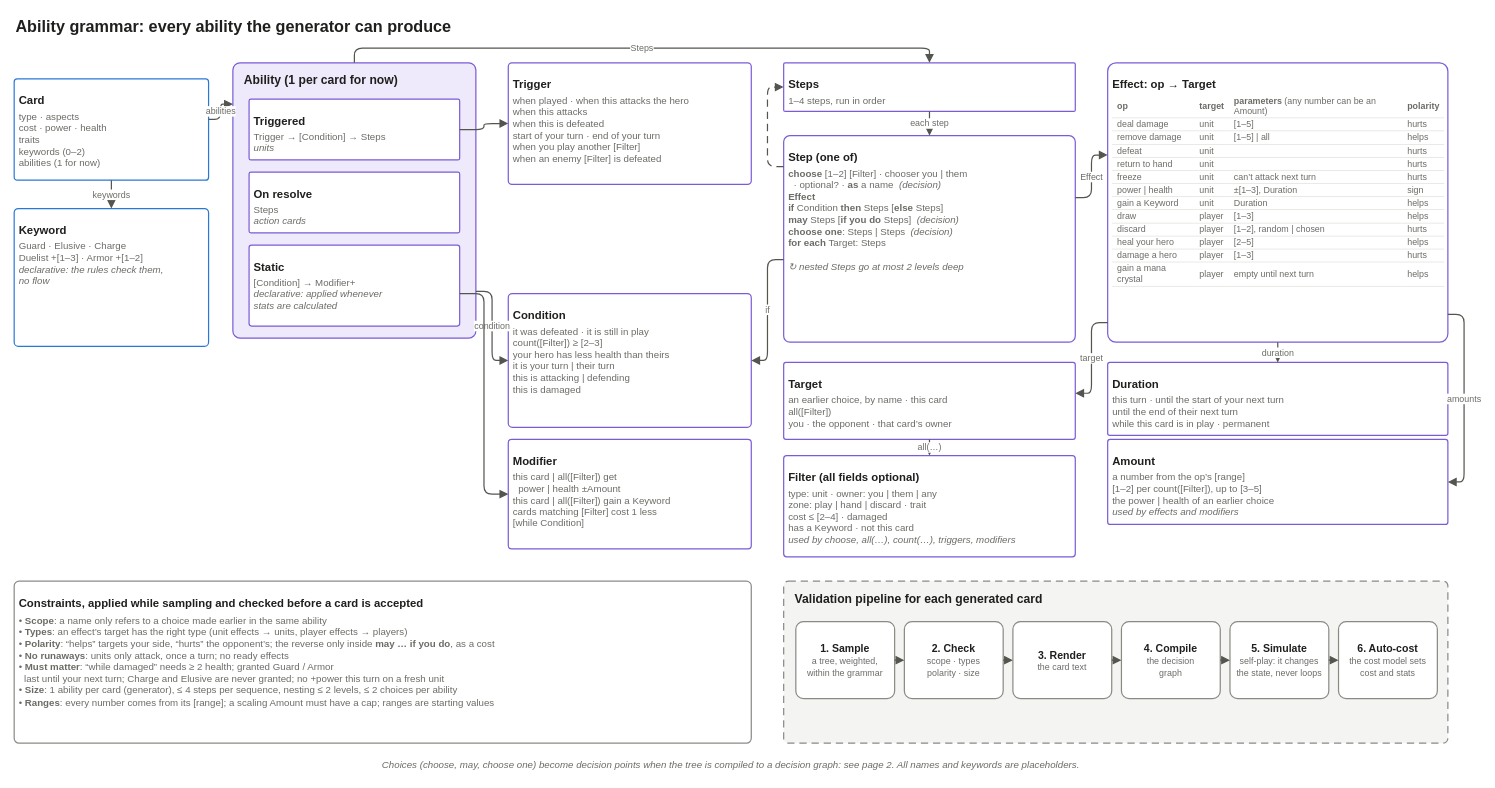
The draw.io diagram page "ability_grammar" (3 of 3) of docs/architecture.drawio in mattdown/TCG-Project, before the edit. Source tidied: cells renumbered, new cells numbered last; positions are measured from the earlier drawing's top-left corner, leaving out a move shared by most shapes. Both pictures are drawn from the tidied source at 81%, with x=0, y=0 at pixel (14, 14).
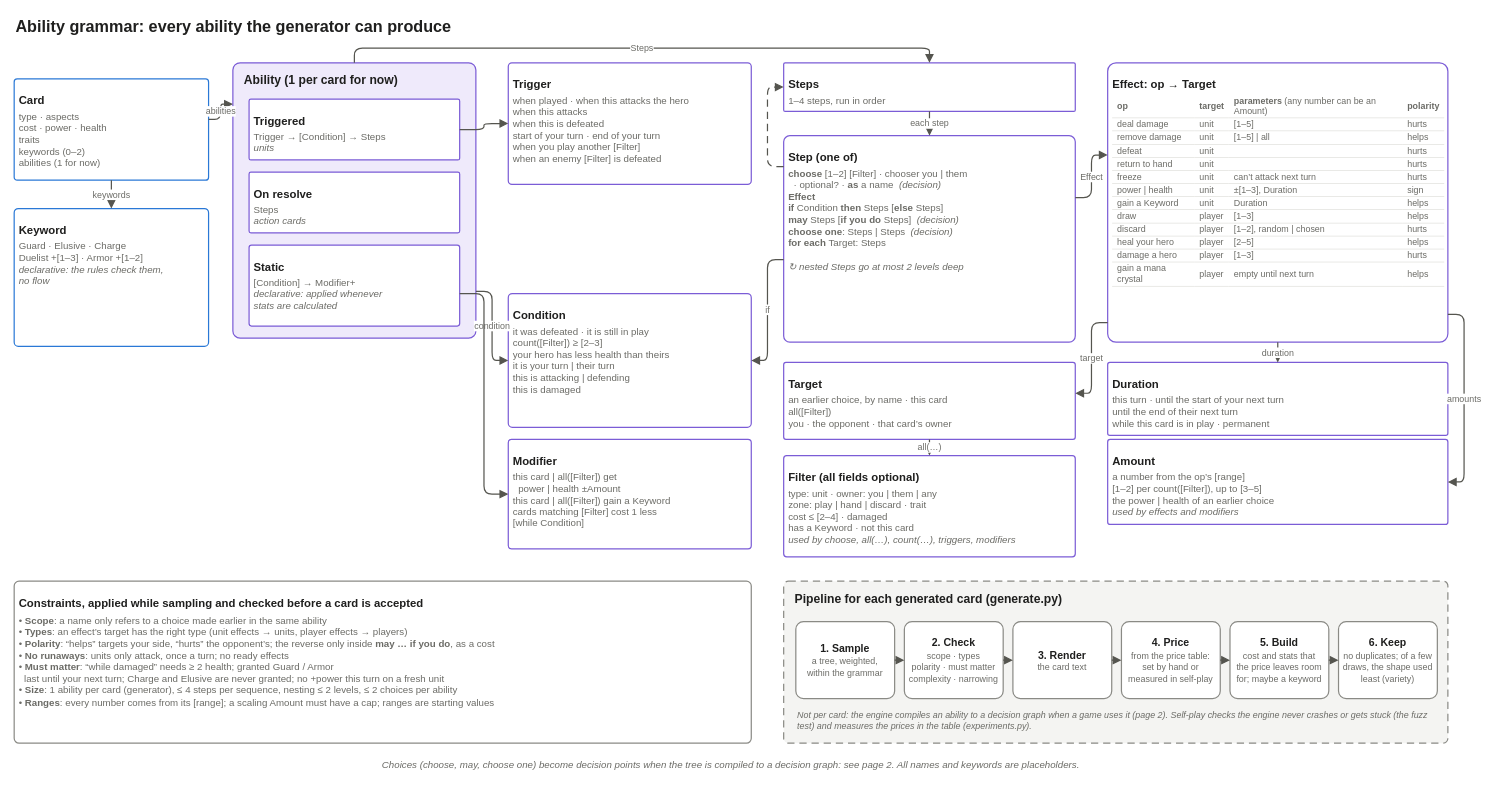
The same diagram, later.

Commit message (it also covers changes not shown here):
Match the grammar diagram's card pipeline to the code

Compile and simulate aren't per-card stages, and costs come from the
price table: the stages are now sample, check, render, price, build and
keep, with a note on compiling and self-play.

The edit, as a diff of the source:
```diff
@@
-    <mxCell id="34" value="Validation pipeline for each generated card" style="rounded=1;arcSize=3;whiteSpace=wrap;html=1;fillColor=#f4f4f2;strokeColor=#8a8a85;strokeWidth=1.5;verticalAlign=top;align=left;spacingLeft=12;spacingTop=6;fontFamily=Helvetica;fontSize=15;fontStyle=1;fontColor=#1f1f1e;dashed=1;dashPattern=6 4;" parent="1" vertex="1">
+    <mxCell id="34" value="Pipeline for each generated card (generate.py)" style="rounded=1;arcSize=3;whiteSpace=wrap;html=1;fillColor=#f4f4f2;strokeColor=#8a8a85;strokeWidth=1.5;verticalAlign=top;align=left;spacingLeft=12;spacingTop=6;fontFamily=Helvetica;fontSize=15;fontStyle=1;fontColor=#1f1f1e;dashed=1;dashPattern=6 4;" parent="1" vertex="1">
       <mxGeometry x="950" y="700" width="820" height="200" as="geometry" />
     </mxCell>
@@
-    <mxCell id="36" value="&lt;b style=&quot;font-size:13px&quot;&gt;2. Check&lt;/b&gt;&lt;br&gt;&lt;span style=&quot;font-size:11px;color:#6b6b66&quot;&gt;scope · types&lt;br&gt;polarity · size&lt;/span&gt;" style="rounded=1;arcSize=10;whiteSpace=wrap;html=1;fillColor=#ffffff;strokeColor=#8a8a85;strokeWidth=1.5;fontFamily=Helvetica;fontSize=12;fontColor=#1f1f1e;spacing=6;align=center;" parent="1" vertex="1">
+    <mxCell id="36" value="&lt;b style=&quot;font-size:13px&quot;&gt;2. Check&lt;/b&gt;&lt;br&gt;&lt;span style=&quot;font-size:11px;color:#6b6b66&quot;&gt;scope · types&lt;br&gt;polarity · must matter&lt;br&gt;complexity · narrowing&lt;/span&gt;" style="rounded=1;arcSize=10;whiteSpace=wrap;html=1;fillColor=#ffffff;strokeColor=#8a8a85;strokeWidth=1.5;fontFamily=Helvetica;fontSize=12;fontColor=#1f1f1e;spacing=6;align=center;" parent="1" vertex="1">
       <mxGeometry x="1099" y="750" width="122" height="95" as="geometry" />
     </mxCell>
@@
-    <mxCell id="40" value="&lt;b style=&quot;font-size:13px&quot;&gt;4. Compile&lt;/b&gt;&lt;br&gt;&lt;span style=&quot;font-size:11px;color:#6b6b66&quot;&gt;the decision&lt;br&gt;graph&lt;/span&gt;" style="rounded=1;arcSize=10;whiteSpace=wrap;html=1;fillColor=#ffffff;strokeColor=#8a8a85;strokeWidth=1.5;fontFamily=Helvetica;fontSize=12;fontColor=#1f1f1e;spacing=6;align=center;" parent="1" vertex="1">
+    <mxCell id="40" value="&lt;b style=&quot;font-size:13px&quot;&gt;4. Price&lt;/b&gt;&lt;br&gt;&lt;span style=&quot;font-size:11px;color:#6b6b66&quot;&gt;from the price table:&lt;br&gt;set by hand or&lt;br&gt;measured in self-play&lt;/span&gt;" style="rounded=1;arcSize=10;whiteSpace=wrap;html=1;fillColor=#ffffff;strokeColor=#8a8a85;strokeWidth=1.5;fontFamily=Helvetica;fontSize=12;fontColor=#1f1f1e;spacing=6;align=center;" parent="1" vertex="1">
       <mxGeometry x="1367" y="750" width="122" height="95" as="geometry" />
     </mxCell>
@@
-    <mxCell id="42" value="&lt;b style=&quot;font-size:13px&quot;&gt;5. Simulate&lt;/b&gt;&lt;br&gt;&lt;span style=&quot;font-size:11px;color:#6b6b66&quot;&gt;self-play: it changes&lt;br&gt;the state, never loops&lt;/span&gt;" style="rounded=1;arcSize=10;whiteSpace=wrap;html=1;fillColor=#ffffff;strokeColor=#8a8a85;strokeWidth=1.5;fontFamily=Helvetica;fontSize=12;fontColor=#1f1f1e;spacing=6;align=center;" parent="1" vertex="1">
+    <mxCell id="42" value="&lt;b style=&quot;font-size:13px&quot;&gt;5. Build&lt;/b&gt;&lt;br&gt;&lt;span style=&quot;font-size:11px;color:#6b6b66&quot;&gt;cost and stats that&lt;br&gt;the price leaves room&lt;br&gt;for; maybe a keyword&lt;/span&gt;" style="rounded=1;arcSize=10;whiteSpace=wrap;html=1;fillColor=#ffffff;strokeColor=#8a8a85;strokeWidth=1.5;fontFamily=Helvetica;fontSize=12;fontColor=#1f1f1e;spacing=6;align=center;" parent="1" vertex="1">
       <mxGeometry x="1501" y="750" width="122" height="95" as="geometry" />
     </mxCell>
@@
-    <mxCell id="44" value="&lt;b style=&quot;font-size:13px&quot;&gt;6. Auto-cost&lt;/b&gt;&lt;br&gt;&lt;span style=&quot;font-size:11px;color:#6b6b66&quot;&gt;the cost model sets&lt;br&gt;cost and stats&lt;/span&gt;" style="rounded=1;arcSize=10;whiteSpace=wrap;html=1;fillColor=#ffffff;strokeColor=#8a8a85;strokeWidth=1.5;fontFamily=Helvetica;fontSize=12;fontColor=#1f1f1e;spacing=6;align=center;" parent="1" vertex="1">
+    <mxCell id="44" value="&lt;b style=&quot;font-size:13px&quot;&gt;6. Keep&lt;/b&gt;&lt;br&gt;&lt;span style=&quot;font-size:11px;color:#6b6b66&quot;&gt;no duplicates; of a few&lt;br&gt;draws, the shape used&lt;br&gt;least (variety)&lt;/span&gt;" style="rounded=1;arcSize=10;whiteSpace=wrap;html=1;fillColor=#ffffff;strokeColor=#8a8a85;strokeWidth=1.5;fontFamily=Helvetica;fontSize=12;fontColor=#1f1f1e;spacing=6;align=center;" parent="1" vertex="1">
       <mxGeometry x="1635" y="750" width="122" height="95" as="geometry" />
     </mxCell>
@@
+    <mxCell id="47" value="Not per card: the engine compiles an ability to a decision graph when a game uses it (page 2). Self-play checks the engine never crashes or gets stuck (the fuzz test) and measures the prices in the table (experiments.py)." style="text;html=1;whiteSpace=wrap;align=left;verticalAlign=middle;fontFamily=Helvetica;fontSize=11;fontColor=#6b6b66;fontStyle=2;" parent="1" vertex="1">
+      <mxGeometry x="965" y="852" width="792" height="40" as="geometry" />
+    </mxCell>
```
